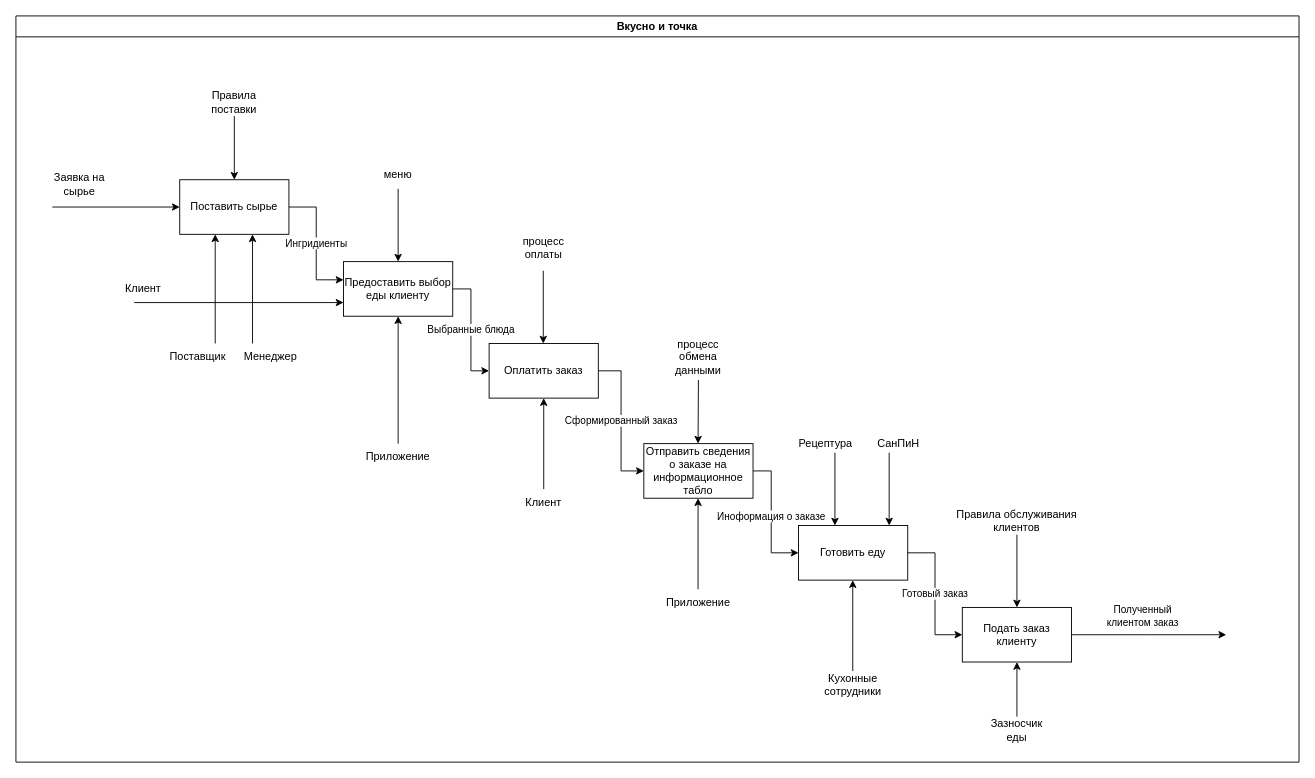
Above: project.drawio in Zerogron/MDK-05-01-IDEF (draw.io), before the change. Source tidied: cells renumbered, new cells numbered last; positions are measured from the earlier drawing's top-left corner, leaving out a move shared by most shapes. Both pictures are drawn from the tidied source at 91%, with x=0, y=0 at pixel (15, 15).
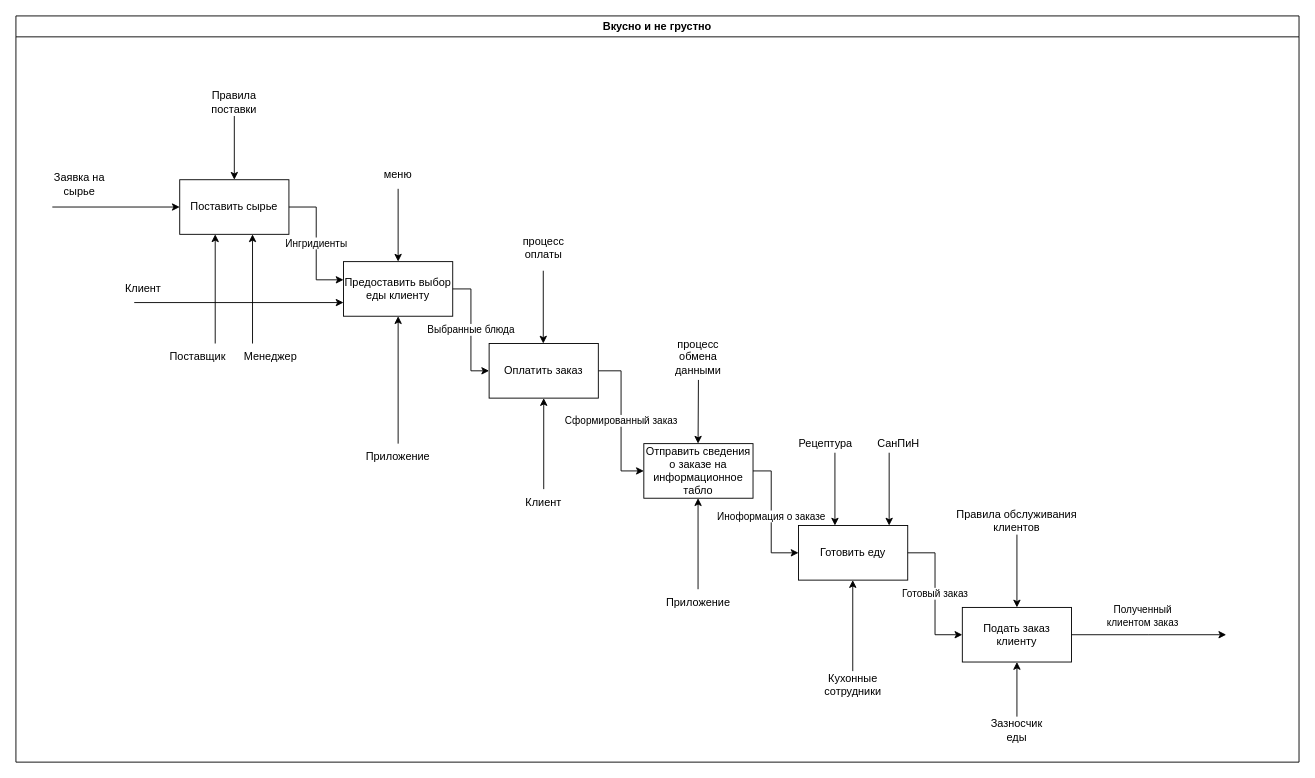
After the change.

Change to the diagram source:
```diff
@@
-    <mxCell id="2" value="Вкусно и точка" style="swimlane;" parent="1" vertex="1">
+    <mxCell id="2" value="Вкусно и не грустно" style="swimlane;" parent="1" vertex="1">
       <mxGeometry width="1410" height="820" as="geometry" />
     </mxCell>
```
